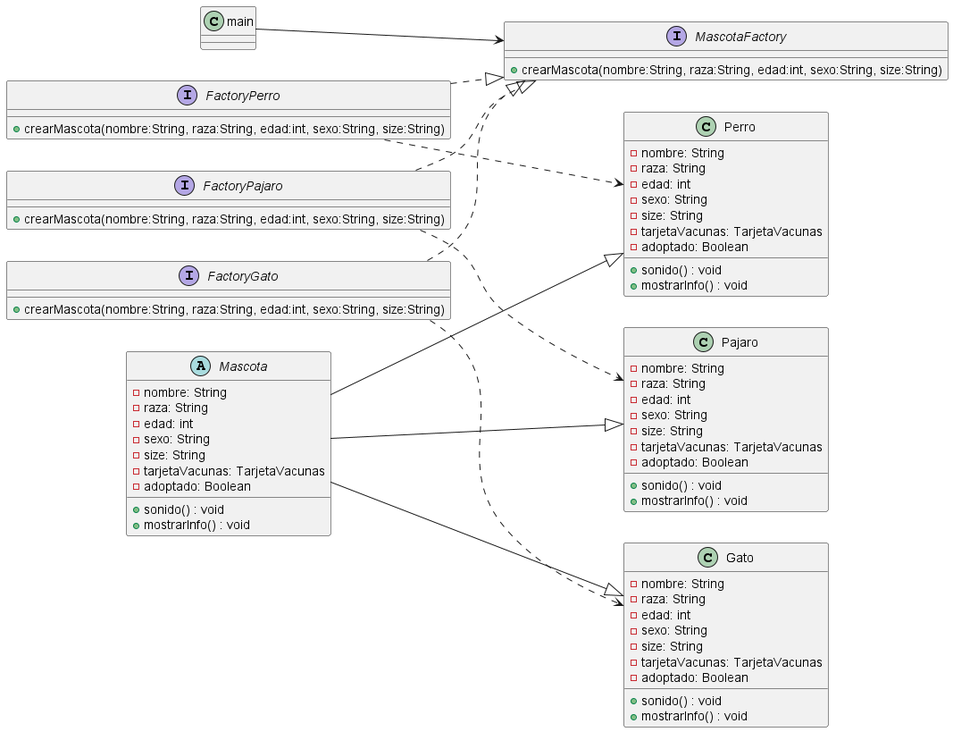
Above: out/diagrama/uml.png in Ag-Tachyon/ProyectoFinalModelos (PlantUML), before the change.
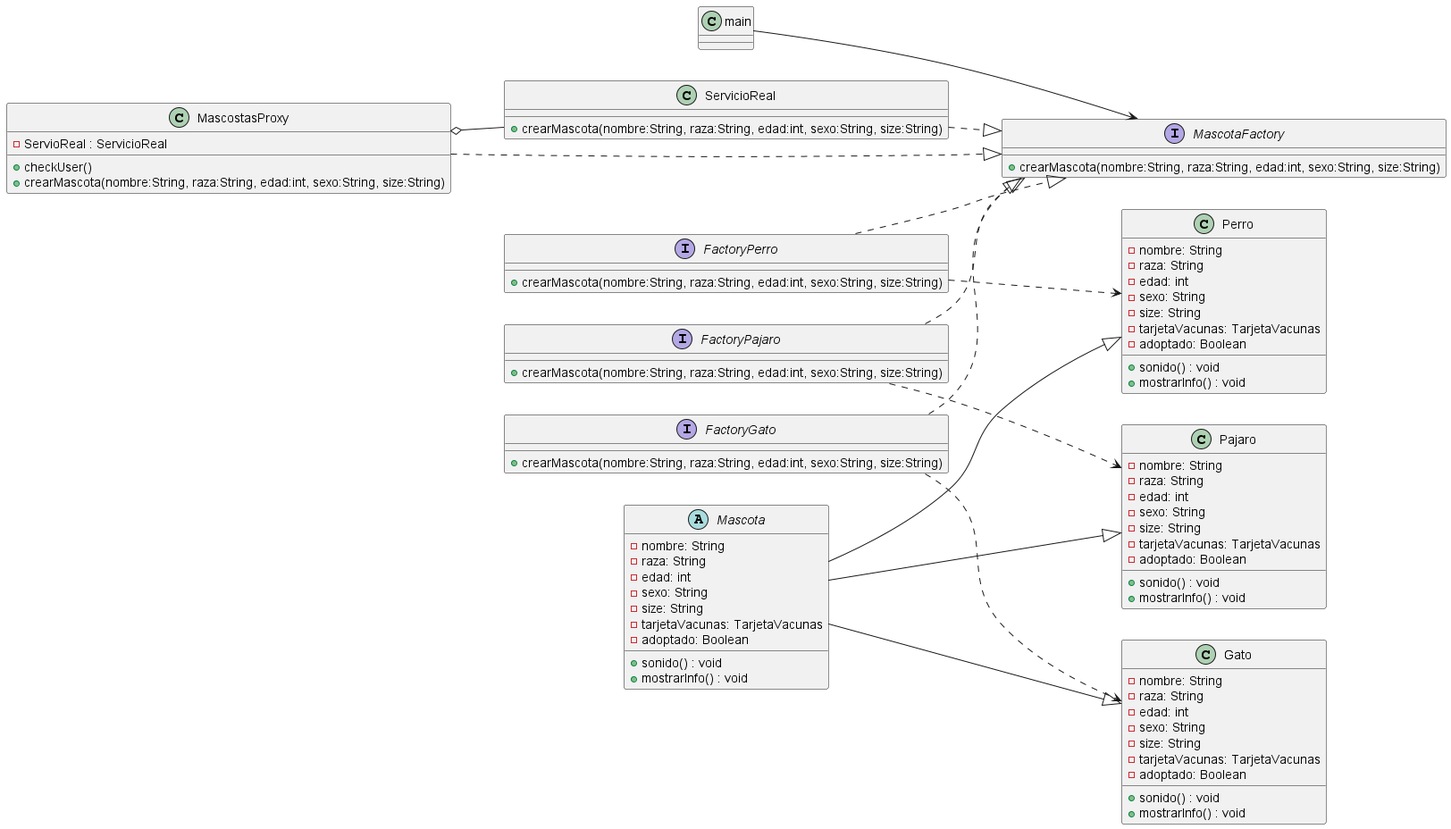
Above is the later version.

Commit message:
Refactor (diagrama.plantuml): Agregando Proxy al UML

Diff of the diagram source:
```diff
@@ -84,4 +84,20 @@
     FactoryPerro ..> Perro
     FactoryPajaro ..> Pajaro
     FactoryGato ..> Gato
+
+    class MascostasProxy{
+        - ServioReal : ServicioReal
+
+        + checkUser()
+        + crearMascota(nombre:String, raza:String, edad:int, sexo:String, size:String)
+    }
+
+    class ServicioReal{
+        + crearMascota(nombre:String, raza:String, edad:int, sexo:String, size:String)
+    }
+
+    MascostasProxy ..|> MascotaFactory
+    ServicioReal ..|> MascotaFactory
+
+    MascostasProxy o-- ServicioReal
 @enduml
```
